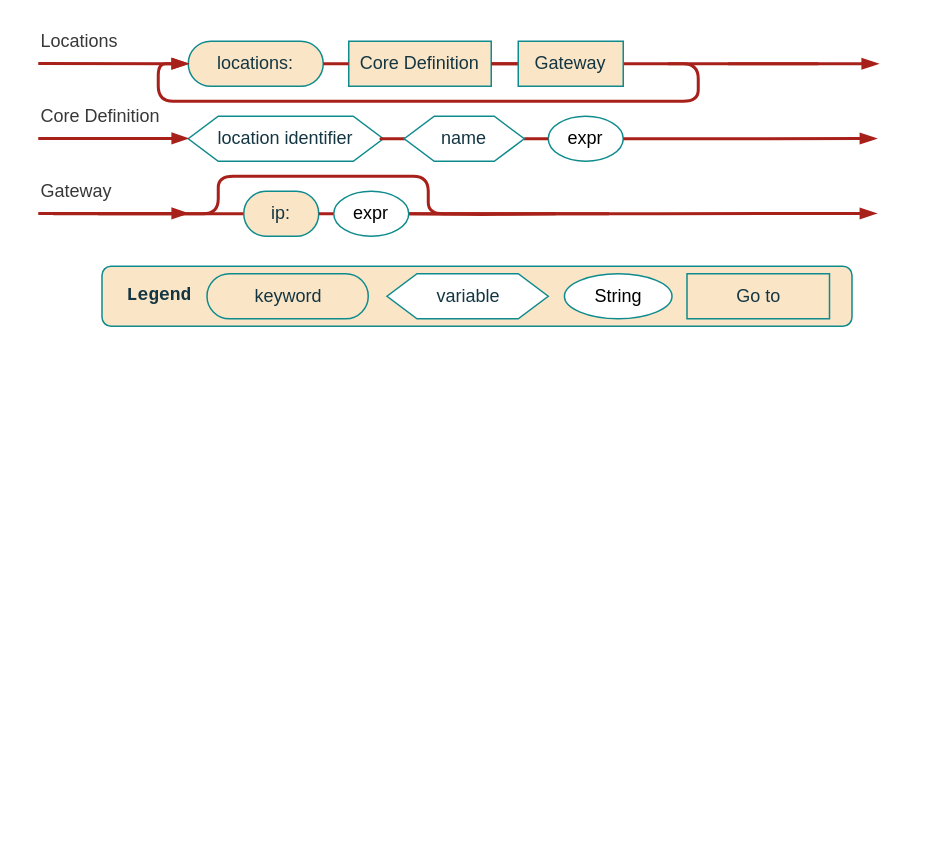
This is 3. Proyecto/metamodel/Railroad Locations Alt.drawio from MrDahaniel/StarDuck, a draw.io file, before an edit. Source tidied: cells renumbered, new cells numbered last; positions are measured from the earlier drawing's top-left corner, leaving out a move shared by most shapes. Both pictures are drawn from the tidied source at 150%, with x=0, y=0 at pixel (38, 26).
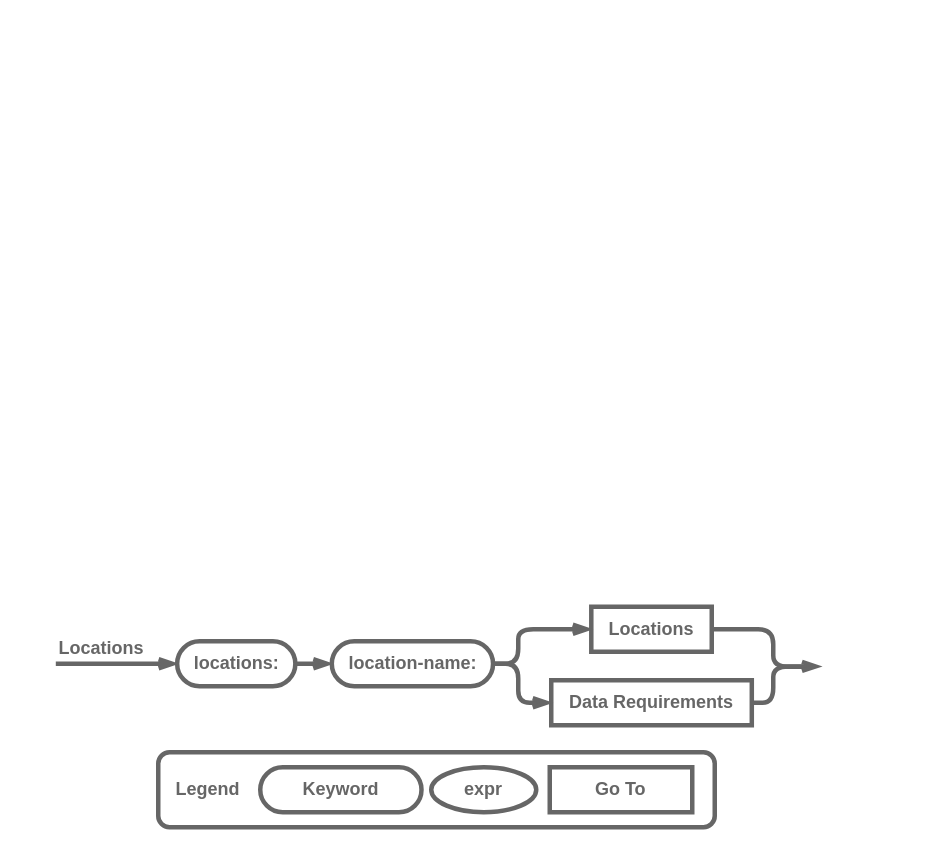
After the change.

The edit, as a diff of the source:
```diff
@@
-    <mxCell id="2" style="group;" parent="1" vertex="1">
-      <mxGeometry x="42.5" y="160" width="500" height="40" as="geometry" />
-    </mxCell>
+    <mxCell id="37" style="group;" parent="1" vertex="1">
+      <mxGeometry x="11.7" y="387" width="510.3" height="147" as="geometry" />
+    </mxCell>
+    <mxCell id="38" style="edgeStyle=orthogonalEdgeStyle;shape=connector;curved=0;rounded=0;jettySize=auto;html=1;exitX=0;exitY=0.5;exitDx=0;exitDy=0;labelBackgroundColor=default;strokeColor=#666666;strokeWidth=3;align=center;verticalAlign=middle;fontFamily=Helvetica;fontSize=11;fontColor=default;endArrow=none;endFill=0;startArrow=openThin;startFill=0;" parent="37" edge="1" source="21">
+      <mxGeometry relative="1" as="geometry">
+        <mxPoint y="38" as="targetPoint" />
+      </mxGeometry>
+    </mxCell>
+    <mxCell id="21" value="&lt;b style=&quot;border-color: var(--border-color);&quot;&gt;&lt;font style=&quot;border-color: var(--border-color);&quot; color=&quot;#666666&quot;&gt;locations:&lt;/font&gt;&lt;/b&gt;" style="rounded=1;whiteSpace=wrap;html=1;strokeColor=#666666;fontFamily=Helvetica;fontSize=12;fontColor=#143642;fillColor=#ffffff;arcSize=50;fontStyle=0;shadow=0;labelBackgroundColor=none;align=center;verticalAlign=middle;strokeWidth=3;" parent="37" vertex="1">
+      <mxGeometry x="80.9" y="23" width="78.8" height="30" as="geometry" />
+    </mxCell>
+    <mxCell id="39" value="&lt;font size=&quot;1&quot; color=&quot;#666666&quot;&gt;&lt;b style=&quot;font-size: 12px;&quot;&gt;Locations&lt;/b&gt;&lt;/font&gt;" style="text;html=1;strokeColor=none;fillColor=none;align=left;verticalAlign=middle;whiteSpace=wrap;rounded=0;fontSize=11;fontFamily=Helvetica;fontColor=#333333;" parent="37" vertex="1">
+      <mxGeometry x="0.7" y="13" width="60" height="30" as="geometry" />
+    </mxCell>
+    <mxCell id="40" style="group;" parent="37" vertex="1">
+      <mxGeometry x="68.3" y="97" width="371" height="50" as="geometry" />
+    </mxCell>
-    <mxCell id="3" value="&lt;b&gt;&amp;nbsp; Legend&lt;/b&gt;" style="text;html=1;align=left;verticalAlign=middle;whiteSpace=wrap;rounded=1;fontFamily=Courier New;perimeterSpacing=6;shadow=0;fillColor=#FAE5C7;fontColor=#143642;strokeColor=#0F8B8D;labelBackgroundColor=none;" parent="2" vertex="1">
-      <mxGeometry width="500" height="40" as="geometry" />
+    <mxCell id="3" value="&lt;b style=&quot;border-color: var(--border-color); color: rgb(51, 51, 51); font-family: Helvetica; text-align: center;&quot;&gt;&lt;font style=&quot;border-color: var(--border-color);&quot; color=&quot;#666666&quot;&gt;&amp;nbsp; &amp;nbsp;Legend&lt;/font&gt;&lt;/b&gt;" style="text;html=1;align=left;verticalAlign=middle;whiteSpace=wrap;rounded=1;fontFamily=Courier New;perimeterSpacing=6;shadow=0;fillColor=#ffffff;fontColor=#143642;strokeColor=#666666;labelBackgroundColor=none;strokeWidth=3;" parent="40" vertex="1">
+      <mxGeometry width="371" height="50" as="geometry" />
     </mxCell>
-    <mxCell id="4" value="String" style="ellipse;whiteSpace=wrap;html=1;rounded=1;labelBackgroundColor=none;strokeColor=#0F8B8D;fontFamily=Helvetica;fontSize=12;fontColor=default;fillColor=default;" parent="2" vertex="1">
-      <mxGeometry x="308.3" y="5" width="71.7" height="30" as="geometry" />
-    </mxCell>
-    <mxCell id="5" value="variable" style="shape=hexagon;perimeter=hexagonPerimeter2;whiteSpace=wrap;html=1;fixedSize=1;strokeColor=#0F8B8D;fontColor=#143642;fillColor=default;" parent="2" vertex="1">
-      <mxGeometry x="190" y="5" width="107.5" height="30" as="geometry" />
-    </mxCell>
-    <mxCell id="6" value="&lt;p&gt;keyword&lt;/p&gt;" style="rounded=1;whiteSpace=wrap;html=1;arcSize=50;fontStyle=0;fillColor=#FAE5C7;strokeColor=#0F8B8D;labelBackgroundColor=none;fontColor=#143642;" parent="2" vertex="1">
-      <mxGeometry x="70" y="5" width="107.5" height="30" as="geometry" />
-    </mxCell>
-    <mxCell id="7" value="Go to" style="rounded=1;whiteSpace=wrap;html=1;strokeColor=#0F8B8D;fontFamily=Helvetica;fontSize=12;fontColor=#143642;fillColor=#FAE5C7;arcSize=0;fontStyle=0;shadow=0;labelBackgroundColor=none;" parent="2" vertex="1">
-      <mxGeometry x="390" y="5" width="95" height="30" as="geometry" />
-    </mxCell>
-    <mxCell id="8" style="edgeStyle=orthogonalEdgeStyle;shape=connector;rounded=1;jettySize=auto;html=1;labelBackgroundColor=none;strokeColor=#A8201A;strokeWidth=2;fontFamily=Helvetica;fontSize=12;fontColor=default;endArrow=none;endFill=0;" parent="1" edge="1" target="35">
-      <mxGeometry relative="1" as="geometry">
-        <mxPoint x="345" y="125" as="sourcePoint" />
-      </mxGeometry>
-    </mxCell>
-    <mxCell id="9" style="edgeStyle=orthogonalEdgeStyle;shape=connector;rounded=1;jettySize=auto;html=1;exitX=0;exitY=0.5;exitDx=0;exitDy=0;labelBackgroundColor=none;strokeColor=#A8201A;strokeWidth=2;fontFamily=Helvetica;fontSize=12;fontColor=default;endArrow=none;endFill=0;" parent="1" edge="1" source="10">
-      <mxGeometry relative="1" as="geometry">
-        <mxPoint x="10" y="125" as="targetPoint" />
-        <Array as="points">
-          <mxPoint x="30" y="125" />
-          <mxPoint x="30" y="125" />
-        </Array>
-      </mxGeometry>
-    </mxCell>
-    <mxCell id="10" value="&lt;p&gt;ip:&lt;/p&gt;" style="rounded=1;whiteSpace=wrap;html=1;arcSize=50;fontStyle=0;fillColor=#FAE5C7;strokeColor=#0F8B8D;labelBackgroundColor=none;fontColor=#143642;" parent="1" vertex="1">
-      <mxGeometry x="137" y="110" width="50" height="30" as="geometry" />
-    </mxCell>
-    <mxCell id="11" value="Gateway" style="text;html=1;strokeColor=none;fillColor=none;align=left;verticalAlign=middle;whiteSpace=wrap;rounded=0;fontSize=12;fontFamily=Helvetica;fontColor=#383838;" parent="1" vertex="1">
-      <mxGeometry y="100" width="100" height="20" as="geometry" />
-    </mxCell>
-    <mxCell id="12" style="endArrow=blockThin;html=1;rounded=1;labelBackgroundColor=none;strokeColor=#A8201A;strokeWidth=2;fontFamily=Helvetica;fontSize=12;fontColor=default;shape=connector;endFill=1;align=left;" parent="1" edge="1">
-      <mxGeometry relative="1" as="geometry">
-        <mxPoint y="124.8" as="sourcePoint" />
-        <mxPoint x="100" y="124.8" as="targetPoint" />
-      </mxGeometry>
-    </mxCell>
-    <mxCell id="13" style="edgeStyle=orthogonalEdgeStyle;shape=connector;rounded=1;jettySize=auto;html=1;labelBackgroundColor=none;strokeColor=#A8201A;strokeWidth=2;fontFamily=Helvetica;fontSize=12;fontColor=default;endArrow=blockThin;endFill=1;" parent="1" edge="1" source="35">
-      <mxGeometry relative="1" as="geometry">
-        <mxPoint x="558.8" y="124.8" as="targetPoint" />
-      </mxGeometry>
-    </mxCell>
-    <mxCell id="14" value="location identifier" style="shape=hexagon;perimeter=hexagonPerimeter2;whiteSpace=wrap;html=1;fixedSize=1;strokeColor=#0F8B8D;fontColor=#143642;fillColor=default;" parent="1" vertex="1">
-      <mxGeometry x="100" y="60" width="130" height="30" as="geometry" />
-    </mxCell>
-    <mxCell id="15" value="expr" style="ellipse;whiteSpace=wrap;html=1;rounded=1;labelBackgroundColor=none;strokeColor=#0F8B8D;fontFamily=Helvetica;fontSize=12;fontColor=default;fillColor=default;" parent="1" vertex="1">
-      <mxGeometry x="340" y="60" width="50" height="30" as="geometry" />
-    </mxCell>
-    <mxCell id="16" style="edgeStyle=orthogonalEdgeStyle;shape=connector;rounded=1;jettySize=auto;html=1;labelBackgroundColor=none;strokeColor=#A8201A;strokeWidth=2;fontFamily=Helvetica;fontSize=12;fontColor=default;endArrow=none;endFill=0;" parent="1" edge="1" source="29" target="15">
-      <mxGeometry relative="1" as="geometry" />
-    </mxCell>
-    <mxCell id="17" value="Core Definition" style="text;html=1;strokeColor=none;fillColor=none;align=left;verticalAlign=middle;whiteSpace=wrap;rounded=0;fontSize=12;fontFamily=Helvetica;fontColor=#383838;" parent="1" vertex="1">
-      <mxGeometry y="50" width="100" height="20" as="geometry" />
-    </mxCell>
-    <mxCell id="18" style="endArrow=blockThin;html=1;rounded=1;labelBackgroundColor=none;strokeColor=#A8201A;strokeWidth=2;fontFamily=Helvetica;fontSize=12;fontColor=default;shape=connector;endFill=1;align=left;" parent="1" edge="1">
-      <mxGeometry relative="1" as="geometry">
-        <mxPoint y="74.8" as="sourcePoint" />
-        <mxPoint x="100" y="74.8" as="targetPoint" />
-      </mxGeometry>
-    </mxCell>
-    <mxCell id="19" style="edgeStyle=orthogonalEdgeStyle;shape=connector;rounded=1;jettySize=auto;html=1;labelBackgroundColor=none;strokeColor=#A8201A;strokeWidth=2;fontFamily=Helvetica;fontSize=12;fontColor=default;endArrow=blockThin;endFill=1;" parent="1" edge="1" source="15">
-      <mxGeometry relative="1" as="geometry">
-        <mxPoint x="558.8" y="74.8" as="targetPoint" />
-      </mxGeometry>
-    </mxCell>
-    <mxCell id="20" style="edgeStyle=orthogonalEdgeStyle;shape=connector;rounded=1;orthogonalLoop=1;jettySize=auto;html=1;labelBackgroundColor=none;strokeColor=#A8201A;strokeWidth=2;fontFamily=Helvetica;fontSize=12;fontColor=default;endArrow=none;endFill=0;" parent="1" edge="1">
-      <mxGeometry relative="1" as="geometry">
-        <mxPoint x="460" y="25" as="sourcePoint" />
-        <mxPoint x="520" y="25" as="targetPoint" />
-      </mxGeometry>
-    </mxCell>
-    <mxCell id="21" value="&lt;p&gt;locations:&lt;/p&gt;" style="rounded=1;whiteSpace=wrap;html=1;arcSize=50;fontStyle=0;fillColor=#FAE5C7;strokeColor=#0F8B8D;labelBackgroundColor=none;fontColor=#143642;" parent="1" vertex="1">
-      <mxGeometry x="100" y="10" width="90" height="30" as="geometry" />
-    </mxCell>
-    <mxCell id="22" value="Locations" style="text;html=1;strokeColor=none;fillColor=none;align=left;verticalAlign=middle;whiteSpace=wrap;rounded=0;fontSize=12;fontFamily=Helvetica;fontColor=#383838;" parent="1" vertex="1">
-      <mxGeometry width="100" height="20" as="geometry" />
-    </mxCell>
-    <mxCell id="23" style="endArrow=blockThin;html=1;rounded=1;labelBackgroundColor=none;strokeColor=#A8201A;strokeWidth=2;fontFamily=Helvetica;fontSize=12;fontColor=default;shape=connector;endFill=1;align=left;" parent="1" edge="1" target="21">
-      <mxGeometry relative="1" as="geometry">
-        <mxPoint y="24.8" as="sourcePoint" />
-      </mxGeometry>
-    </mxCell>
-    <mxCell id="24" value="Core Definition" style="rounded=1;whiteSpace=wrap;html=1;strokeColor=#0F8B8D;fontFamily=Helvetica;fontSize=12;fontColor=#143642;fillColor=#FAE5C7;arcSize=0;fontStyle=0;shadow=0;labelBackgroundColor=none;" parent="1" vertex="1">
-      <mxGeometry x="207" y="10" width="95" height="30" as="geometry" />
-    </mxCell>
-    <mxCell id="25" style="edgeStyle=orthogonalEdgeStyle;shape=connector;rounded=1;jettySize=auto;html=1;labelBackgroundColor=none;strokeColor=#A8201A;strokeWidth=2;fontFamily=Helvetica;fontSize=12;fontColor=default;endArrow=none;endFill=0;" parent="1" edge="1" source="21" target="24">
-      <mxGeometry relative="1" as="geometry" />
-    </mxCell>
-    <mxCell id="26" style="edgeStyle=orthogonalEdgeStyle;shape=connector;rounded=1;jettySize=auto;html=1;labelBackgroundColor=none;strokeColor=#A8201A;strokeWidth=2;fontFamily=Helvetica;fontSize=12;fontColor=default;endArrow=blockThin;endFill=1;" parent="1" edge="1" source="33">
-      <mxGeometry relative="1" as="geometry">
-        <mxPoint x="560" y="25" as="targetPoint" />
-      </mxGeometry>
-    </mxCell>
-    <mxCell id="27" style="edgeStyle=orthogonalEdgeStyle;shape=connector;rounded=1;jettySize=auto;html=1;entryX=0;entryY=0.5;entryDx=0;entryDy=0;labelBackgroundColor=none;strokeColor=#A8201A;strokeWidth=2;fontFamily=Helvetica;fontSize=12;fontColor=default;endArrow=blockThin;endFill=1;" parent="1" edge="1" target="21">
-      <mxGeometry relative="1" as="geometry">
-        <mxPoint x="420" y="25" as="sourcePoint" />
-        <Array as="points">
-          <mxPoint x="440" y="25" />
-          <mxPoint x="440" y="50" />
-          <mxPoint x="80" y="50" />
-          <mxPoint x="80" y="25" />
-        </Array>
-      </mxGeometry>
-    </mxCell>
-    <mxCell id="28" style="edgeStyle=orthogonalEdgeStyle;shape=connector;rounded=1;jettySize=auto;html=1;labelBackgroundColor=none;strokeColor=#A8201A;strokeWidth=2;fontFamily=Helvetica;fontSize=12;fontColor=default;endArrow=none;endFill=0;" parent="1" edge="1" source="14" target="29">
-      <mxGeometry relative="1" as="geometry" />
-    </mxCell>
-    <mxCell id="29" value="name" style="shape=hexagon;perimeter=hexagonPerimeter2;whiteSpace=wrap;html=1;fixedSize=1;strokeColor=#0F8B8D;fontColor=#143642;fillColor=default;" parent="1" vertex="1">
-      <mxGeometry x="244" y="60" width="80" height="30" as="geometry" />
-    </mxCell>
-    <mxCell id="30" style="edgeStyle=orthogonalEdgeStyle;shape=connector;rounded=1;jettySize=auto;html=1;exitX=1;exitY=0.5;exitDx=0;exitDy=0;labelBackgroundColor=none;strokeColor=#A8201A;strokeWidth=2;fontFamily=Helvetica;fontSize=12;fontColor=default;endArrow=none;endFill=0;" parent="1" edge="1" source="24" target="33">
-      <mxGeometry relative="1" as="geometry" />
-    </mxCell>
-    <mxCell id="31" value="&amp;nbsp;" style="rounded=1;whiteSpace=wrap;html=1;strokeColor=none;fontFamily=Helvetica;fontSize=12;fontColor=#143642;fillColor=none;arcSize=0;fontStyle=0;shadow=0;labelBackgroundColor=none;" parent="1" vertex="1">
-      <mxGeometry x="490" y="10" width="95" height="30" as="geometry" />
-    </mxCell>
-    <mxCell id="32" style="edgeStyle=orthogonalEdgeStyle;shape=connector;rounded=1;jettySize=auto;html=1;labelBackgroundColor=none;strokeColor=#A8201A;strokeWidth=2;fontFamily=Helvetica;fontSize=12;fontColor=default;endArrow=none;endFill=0;" parent="1" edge="1" source="24" target="33">
-      <mxGeometry relative="1" as="geometry" />
-    </mxCell>
-    <mxCell id="33" value="Gateway" style="rounded=1;whiteSpace=wrap;html=1;strokeColor=#0F8B8D;fontFamily=Helvetica;fontSize=12;fontColor=#143642;fillColor=#FAE5C7;arcSize=0;fontStyle=0;shadow=0;labelBackgroundColor=none;" parent="1" vertex="1">
-      <mxGeometry x="320" y="10" width="70" height="30" as="geometry" />
-    </mxCell>
-    <mxCell id="34" style="edgeStyle=orthogonalEdgeStyle;shape=connector;rounded=1;jettySize=auto;html=1;labelBackgroundColor=none;strokeColor=#A8201A;strokeWidth=2;fontFamily=Helvetica;fontSize=12;fontColor=default;endArrow=none;endFill=0;" parent="1" edge="1" source="10" target="35">
-      <mxGeometry relative="1" as="geometry">
-        <Array as="points">
-          <mxPoint x="140" y="125" />
-          <mxPoint x="140" y="125" />
-        </Array>
-      </mxGeometry>
-    </mxCell>
-    <mxCell id="35" value="expr" style="ellipse;whiteSpace=wrap;html=1;rounded=1;labelBackgroundColor=none;strokeColor=#0F8B8D;fontFamily=Helvetica;fontSize=12;fontColor=default;fillColor=default;" parent="1" vertex="1">
-      <mxGeometry x="197" y="110" width="50" height="30" as="geometry" />
-    </mxCell>
-    <mxCell id="36" style="edgeStyle=orthogonalEdgeStyle;shape=connector;rounded=1;orthogonalLoop=1;jettySize=auto;html=1;exitX=1;exitY=0.5;exitDx=0;exitDy=0;labelBackgroundColor=none;strokeColor=#A8201A;strokeWidth=2;fontFamily=Helvetica;fontSize=12;fontColor=default;endArrow=none;endFill=0;" parent="1" edge="1">
-      <mxGeometry relative="1" as="geometry">
-        <mxPoint x="40" y="125" as="sourcePoint" />
-        <mxPoint x="380.5" y="125" as="targetPoint" />
-        <Array as="points">
-          <mxPoint x="120" y="125" />
-          <mxPoint x="120" y="100" />
-          <mxPoint x="260" y="100" />
-          <mxPoint x="260" y="125" />
-        </Array>
-      </mxGeometry>
-    </mxCell>
+    <mxCell id="41" value="&lt;b style=&quot;border-color: var(--border-color); color: rgb(51, 51, 51);&quot;&gt;&lt;font style=&quot;border-color: var(--border-color);&quot; color=&quot;#666666&quot;&gt;expr&lt;/font&gt;&lt;/b&gt;" style="ellipse;whiteSpace=wrap;html=1;rounded=1;labelBackgroundColor=none;strokeColor=#666666;fontFamily=Helvetica;fontSize=12;fontColor=default;fillColor=default;strokeWidth=3;" parent="40" vertex="1">
+      <mxGeometry x="182" y="10" width="70" height="30" as="geometry" />
+    </mxCell>
+    <mxCell id="42" value="&lt;p&gt;&lt;b style=&quot;border-color: var(--border-color); color: rgb(51, 51, 51);&quot;&gt;&lt;font style=&quot;border-color: var(--border-color);&quot; color=&quot;#666666&quot;&gt;Keyword&lt;/font&gt;&lt;/b&gt;&lt;br&gt;&lt;/p&gt;" style="rounded=1;whiteSpace=wrap;html=1;arcSize=50;fontStyle=0;fillColor=#ffffff;strokeColor=#666666;labelBackgroundColor=none;fontColor=#143642;strokeWidth=3;" parent="40" vertex="1">
+      <mxGeometry x="68" y="10" width="107.5" height="30" as="geometry" />
+    </mxCell>
+    <mxCell id="43" value="&lt;b style=&quot;border-color: var(--border-color); color: rgb(51, 51, 51);&quot;&gt;&lt;font style=&quot;border-color: var(--border-color);&quot; color=&quot;#666666&quot;&gt;Go To&lt;/font&gt;&lt;/b&gt;" style="rounded=1;whiteSpace=wrap;html=1;strokeColor=#666666;fontFamily=Helvetica;fontSize=12;fontColor=#143642;fillColor=#FFFFFF;arcSize=0;fontStyle=0;shadow=0;labelBackgroundColor=none;strokeWidth=3;" parent="40" vertex="1">
+      <mxGeometry x="261" y="10" width="95" height="30" as="geometry" />
+    </mxCell>
+    <mxCell id="44" style="edgeStyle=orthogonalEdgeStyle;shape=connector;curved=0;rounded=1;jettySize=auto;html=1;exitX=1;exitY=0.5;exitDx=0;exitDy=0;labelBackgroundColor=default;strokeColor=#666666;strokeWidth=3;align=center;verticalAlign=middle;fontFamily=Helvetica;fontSize=11;fontColor=default;startArrow=none;startFill=0;endArrow=none;endFill=0;" parent="37" edge="1" source="45">
+      <mxGeometry relative="1" as="geometry">
+        <mxPoint x="498.3" y="40" as="targetPoint" />
+        <Array as="points">
+          <mxPoint x="478.3" y="15" />
+          <mxPoint x="478.3" y="40" />
+        </Array>
+      </mxGeometry>
+    </mxCell>
+    <mxCell id="45" value="&lt;b style=&quot;border-color: var(--border-color); color: rgb(51, 51, 51);&quot;&gt;&lt;font style=&quot;border-color: var(--border-color);&quot; color=&quot;#666666&quot;&gt;Locations&lt;/font&gt;&lt;/b&gt;" style="rounded=1;whiteSpace=wrap;html=1;strokeColor=#666666;fontFamily=Helvetica;fontSize=12;fontColor=#143642;fillColor=#FFFFFF;arcSize=0;fontStyle=0;shadow=0;labelBackgroundColor=none;strokeWidth=3;" parent="37" vertex="1">
+      <mxGeometry x="357" width="80.3" height="30" as="geometry" />
+    </mxCell>
+    <mxCell id="46" style="edgeStyle=orthogonalEdgeStyle;shape=connector;curved=0;rounded=1;jettySize=auto;html=1;exitX=1;exitY=0.5;exitDx=0;exitDy=0;entryX=0;entryY=0.5;entryDx=0;entryDy=0;labelBackgroundColor=default;strokeColor=#666666;strokeWidth=3;align=center;verticalAlign=middle;fontFamily=Helvetica;fontSize=11;fontColor=default;startArrow=none;startFill=0;endArrow=openThin;endFill=0;" parent="37" edge="1" source="47" target="45">
+      <mxGeometry relative="1" as="geometry">
+        <Array as="points">
+          <mxPoint x="308.3" y="38" />
+          <mxPoint x="308.3" y="15" />
+        </Array>
+      </mxGeometry>
+    </mxCell>
+    <mxCell id="47" value="&lt;p&gt;&lt;font color=&quot;#666666&quot;&gt;&lt;b&gt;location-name:&lt;/b&gt;&lt;/font&gt;&lt;/p&gt;" style="rounded=1;whiteSpace=wrap;html=1;arcSize=50;fontStyle=0;fillColor=#ffffff;strokeColor=#666666;labelBackgroundColor=none;fontColor=#143642;strokeWidth=3;" parent="37" vertex="1">
+      <mxGeometry x="184" y="23" width="107.5" height="30" as="geometry" />
+    </mxCell>
+    <mxCell id="48" style="edgeStyle=orthogonalEdgeStyle;shape=connector;curved=0;rounded=0;jettySize=auto;html=1;labelBackgroundColor=default;strokeColor=#666666;strokeWidth=3;align=center;verticalAlign=middle;fontFamily=Helvetica;fontSize=11;fontColor=default;startArrow=none;startFill=0;endArrow=openThin;endFill=0;" parent="37" edge="1" source="21" target="47">
+      <mxGeometry relative="1" as="geometry">
+        <Array as="points">
+          <mxPoint x="168.3" y="38" />
+          <mxPoint x="168.3" y="38" />
+        </Array>
+      </mxGeometry>
+    </mxCell>
+    <mxCell id="49" style="edgeStyle=orthogonalEdgeStyle;shape=connector;curved=0;rounded=1;jettySize=auto;html=1;exitX=1;exitY=0.5;exitDx=0;exitDy=0;labelBackgroundColor=default;strokeColor=#666666;strokeWidth=3;align=center;verticalAlign=middle;fontFamily=Helvetica;fontSize=11;fontColor=default;startArrow=none;startFill=0;endArrow=openThin;endFill=0;entryX=-0.004;entryY=0.719;entryDx=0;entryDy=0;entryPerimeter=0;" parent="37" edge="1" source="50">
+      <mxGeometry relative="1" as="geometry">
+        <mxPoint x="509.8" y="39.8" as="targetPoint" />
+        <Array as="points">
+          <mxPoint x="478.3" y="64" />
+          <mxPoint x="478.3" y="40" />
+          <mxPoint x="510.3" y="40" />
+        </Array>
+      </mxGeometry>
+    </mxCell>
+    <mxCell id="50" value="&lt;b style=&quot;border-color: var(--border-color); color: rgb(51, 51, 51);&quot;&gt;&lt;font style=&quot;border-color: var(--border-color);&quot; color=&quot;#666666&quot;&gt;Data Requirements&lt;/font&gt;&lt;/b&gt;" style="rounded=1;whiteSpace=wrap;html=1;strokeColor=#666666;fontFamily=Helvetica;fontSize=12;fontColor=#143642;fillColor=#FFFFFF;arcSize=0;fontStyle=0;shadow=0;labelBackgroundColor=none;strokeWidth=3;" parent="37" vertex="1">
+      <mxGeometry x="330.3" y="49" width="133.7" height="30" as="geometry" />
+    </mxCell>
+    <mxCell id="51" style="edgeStyle=orthogonalEdgeStyle;shape=connector;curved=0;rounded=1;jettySize=auto;html=1;exitX=1;exitY=0.5;exitDx=0;exitDy=0;entryX=0;entryY=0.5;entryDx=0;entryDy=0;labelBackgroundColor=default;strokeColor=#666666;strokeWidth=3;align=center;verticalAlign=middle;fontFamily=Helvetica;fontSize=11;fontColor=default;startArrow=none;startFill=0;endArrow=openThin;endFill=0;" parent="37" edge="1" source="47" target="50">
+      <mxGeometry relative="1" as="geometry">
+        <Array as="points">
+          <mxPoint x="308.3" y="38" />
+          <mxPoint x="308.3" y="64" />
+        </Array>
+      </mxGeometry>
+    </mxCell>
```
